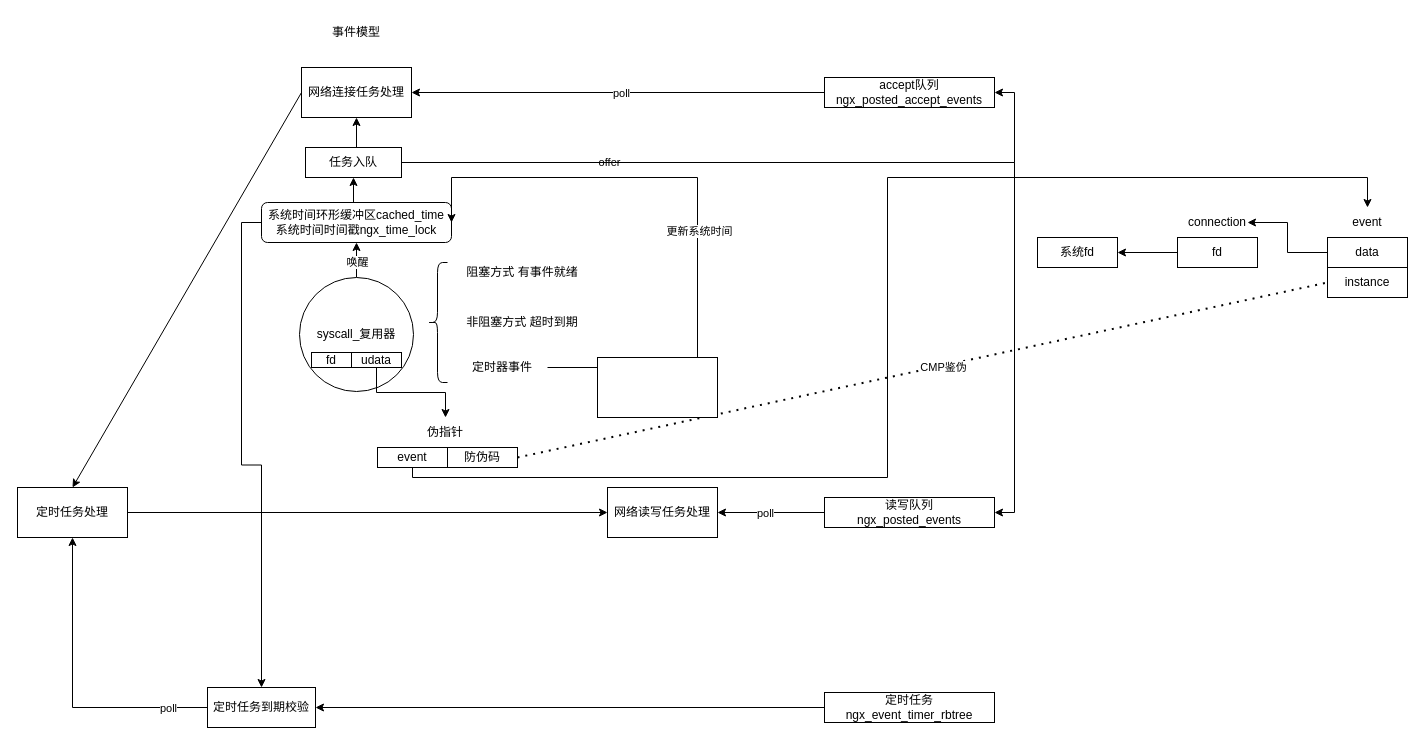
This is my_docs/nginx/event.drawio from Bannirui/Bannirui.github.io, a draw.io file, before an edit. Source tidied: cells renumbered, new cells numbered last; positions are measured from the earlier drawing's top-left corner, leaving out a move shared by most shapes. Both pictures are drawn from the tidied source at 100%, with x=0, y=0 at pixel (17, 17).
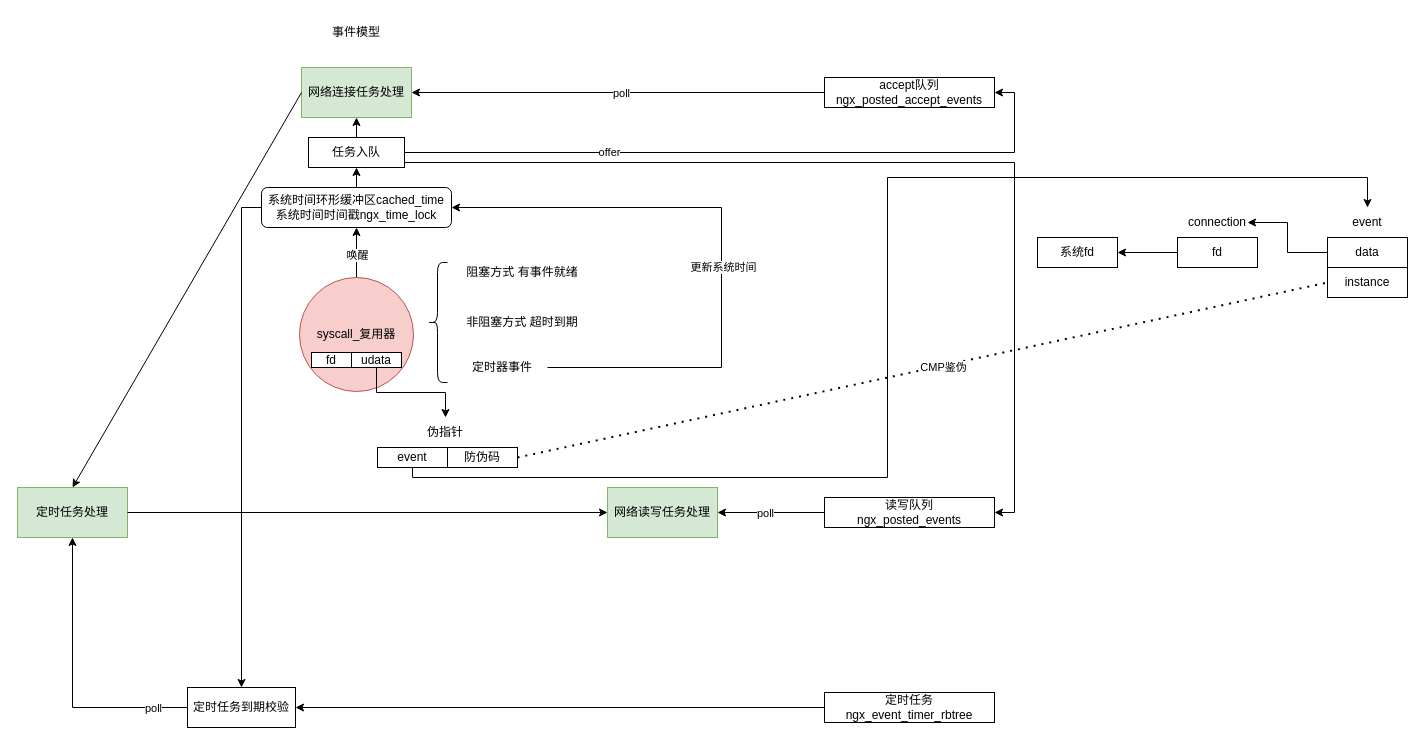
Above is the later version.

Unchanged cells that the change refers to:
```xml
<mxCell id="29" value="定时器事件" style="text;html=1;align=center;verticalAlign=middle;whiteSpace=wrap;rounded=0;" parent="1" vertex="1">
  <mxGeometry x="440" y="335" width="90" height="30" as="geometry" />
</mxCell>
```

The edit, as a diff of the source:
```diff
@@
-    <mxCell id="2" value="网络连接任务处理" style="rounded=0;whiteSpace=wrap;html=1;" parent="1" vertex="1">
+    <mxCell id="2" value="网络连接任务处理" style="rounded=0;whiteSpace=wrap;html=1;fillColor=#d5e8d4;strokeColor=#82b366;" parent="1" vertex="1">
       <mxGeometry x="284" y="50" width="110" height="50" as="geometry" />
     </mxCell>
-    <mxCell id="3" value="定时任务处理" style="rounded=0;whiteSpace=wrap;html=1;" parent="1" vertex="1">
+    <mxCell id="3" value="定时任务处理" style="rounded=0;whiteSpace=wrap;html=1;fillColor=#d5e8d4;strokeColor=#82b366;" parent="1" vertex="1">
       <mxGeometry y="470" width="110" height="50" as="geometry" />
     </mxCell>
-    <mxCell id="4" value="网络读写任务处理" style="rounded=0;whiteSpace=wrap;html=1;" parent="1" vertex="1">
+    <mxCell id="4" value="网络读写任务处理" style="rounded=0;whiteSpace=wrap;html=1;fillColor=#d5e8d4;strokeColor=#82b366;" parent="1" vertex="1">
       <mxGeometry x="590" y="470" width="110" height="50" as="geometry" />
     </mxCell>
@@
-    <mxCell id="9" value="syscall_复用器" style="ellipse;whiteSpace=wrap;html=1;" parent="1" vertex="1">
+    <mxCell id="9" value="syscall_复用器" style="ellipse;whiteSpace=wrap;html=1;fillColor=#f8cecc;strokeColor=#b85450;" parent="1" vertex="1">
       <mxGeometry x="282" y="260" width="114" height="114" as="geometry" />
     </mxCell>
@@
     <mxCell id="23" value="系统时间环形缓冲区&lt;span style=&quot;background-color: transparent; color: light-dark(rgb(0, 0, 0), rgb(255, 255, 255));&quot;&gt;cached_time&lt;/span&gt;&lt;div&gt;系统时间时间戳ngx_time_lock&lt;/div&gt;" style="rounded=1;whiteSpace=wrap;html=1;" parent="1" vertex="1">
-      <mxGeometry x="244" y="185" width="190" height="40" as="geometry" />
+      <mxGeometry x="244" y="170" width="190" height="40" as="geometry" />
     </mxCell>
@@
     <mxCell id="27" style="edgeStyle=orthogonalEdgeStyle;rounded=0;jettySize=auto;html=1;exitX=1;exitY=0.5;exitDx=0;exitDy=0;entryX=1;entryY=0.5;entryDx=0;entryDy=0;" parent="1" edge="1" source="29" target="23">
       <mxGeometry relative="1" as="geometry">
         <Array as="points">
-          <mxPoint x="680" y="350" />
-          <mxPoint x="680" y="160" />
+          <mxPoint x="704" y="350" />
+          <mxPoint x="704" y="190" />
         </Array>
       </mxGeometry>
     </mxCell>
@@
     <mxCell id="48" value="定时任务到期校验" style="rounded=0;whiteSpace=wrap;html=1;" parent="1" vertex="1">
-      <mxGeometry x="190" y="670" width="108" height="40" as="geometry" />
+      <mxGeometry x="170" y="670" width="108" height="40" as="geometry" />
     </mxCell>
-    <mxCell id="49" style="rounded=0;whiteSpace=wrap;html=1;" parent="1" vertex="1">
-      <mxGeometry x="580" y="340" width="120" height="60" as="geometry" />
-    </mxCell>
@@
     <mxCell id="54" value="任务入队" style="rounded=0;whiteSpace=wrap;html=1;" parent="1" vertex="1">
-      <mxGeometry x="288" y="130" width="96" height="30" as="geometry" />
+      <mxGeometry x="291" y="120" width="96" height="30" as="geometry" />
     </mxCell>
```
